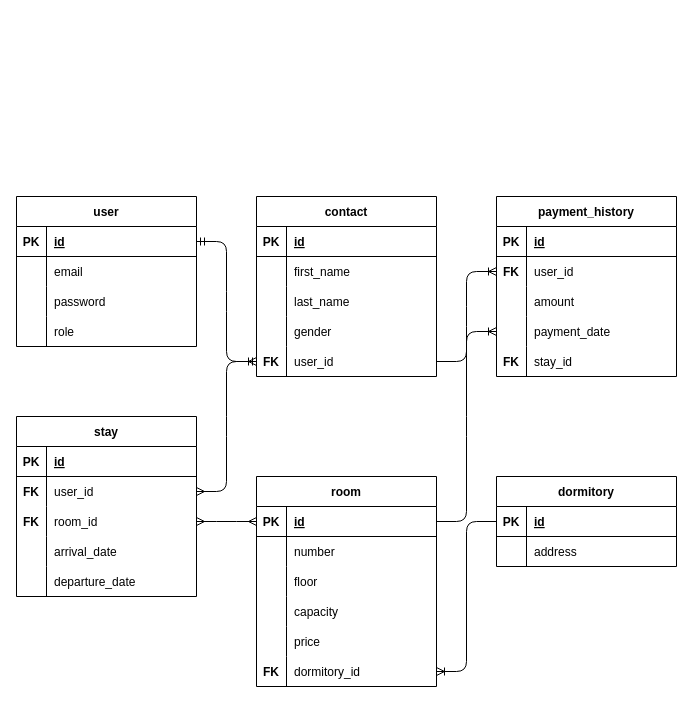
The draw.io diagram draw.io/newDb.drawio in deividasdul/BAVIS, before the edit. Source tidied: cells renumbered, new cells numbered last; positions are measured from the earlier drawing's top-left corner, leaving out a move shared by most shapes. Both pictures are drawn from the tidied source at 100%, with x=0, y=0 at pixel (16, 196).
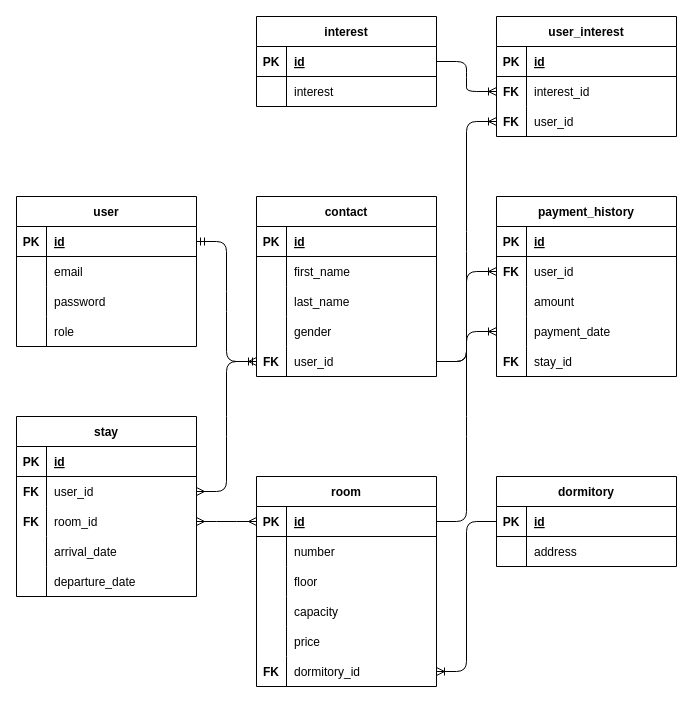
Above is the later version.

The change refers to these unchanged cells:
```xml
<mxCell id="55" style="shape=tableRow;horizontal=0;startSize=0;swimlaneHead=0;swimlaneBody=0;fillColor=none;points=[[0,0.5],[1,0.5]];portConstraint=eastwest;top=0;left=0;right=0;bottom=0;" parent="42" vertex="1">
  <mxGeometry y="150" width="180" height="30" as="geometry" />
</mxCell>
```

Diff of the diagram source:
```diff
@@
+    <mxCell id="95" value="interest" style="shape=table;startSize=30;childLayout=tableLayout;rowLines=0;fontStyle=1;align=center;" parent="1" vertex="1">
+      <mxGeometry x="240" y="-180" width="180" height="90" as="geometry" />
+    </mxCell>
+    <mxCell id="96" style="shape=tableRow;horizontal=0;startSize=0;swimlaneHead=0;swimlaneBody=0;fillColor=none;points=[[0,0.5],[1,0.5]];portConstraint=eastwest;top=0;left=0;right=0;bottom=1;" parent="95" vertex="1">
+      <mxGeometry y="30" width="180" height="30" as="geometry" />
+    </mxCell>
+    <mxCell id="97" value="PK" style="shape=partialRectangle;fillColor=none;top=0;left=0;bottom=0;right=0;fontStyle=1;overflow=hidden;" parent="96" vertex="1">
+      <mxGeometry width="30" height="30" as="geometry" />
+    </mxCell>
+    <mxCell id="98" value="id" style="shape=partialRectangle;fillColor=none;top=0;left=0;bottom=0;right=0;align=left;spacingLeft=6;fontStyle=5;overflow=hidden;" parent="96" vertex="1">
+      <mxGeometry x="30" width="150" height="30" as="geometry" />
+    </mxCell>
+    <mxCell id="99" style="shape=tableRow;horizontal=0;startSize=0;swimlaneHead=0;swimlaneBody=0;fillColor=none;top=0;left=0;right=0;bottom=0;" parent="95" vertex="1">
+      <mxGeometry y="60" width="180" height="30" as="geometry" />
+    </mxCell>
+    <mxCell id="100" style="shape=partialRectangle;fillColor=none;top=0;left=0;bottom=0;right=0;overflow=hidden;" parent="99" vertex="1">
+      <mxGeometry width="30" height="30" as="geometry" />
+    </mxCell>
+    <mxCell id="101" value="interest" style="shape=partialRectangle;fillColor=none;top=0;left=0;bottom=0;right=0;align=left;spacingLeft=6;overflow=hidden;" parent="99" vertex="1">
+      <mxGeometry x="30" width="150" height="30" as="geometry" />
+    </mxCell>
+    <mxCell id="102" value="user_interest" style="shape=table;startSize=30;childLayout=tableLayout;rowLines=0;fontStyle=1;align=center;" parent="1" vertex="1">
+      <mxGeometry x="480" y="-180" width="180" height="120" as="geometry" />
+    </mxCell>
+    <mxCell id="103" style="shape=tableRow;horizontal=0;startSize=0;swimlaneHead=0;swimlaneBody=0;fillColor=none;top=0;left=0;right=0;bottom=1;" parent="102" vertex="1">
+      <mxGeometry y="30" width="180" height="30" as="geometry" />
+    </mxCell>
+    <mxCell id="104" value="PK" style="shape=partialRectangle;fillColor=none;top=0;left=0;bottom=0;right=0;fontStyle=1;overflow=hidden;" parent="103" vertex="1">
+      <mxGeometry width="30" height="30" as="geometry" />
+    </mxCell>
+    <mxCell id="105" value="id" style="shape=partialRectangle;fillColor=none;top=0;left=0;bottom=0;right=0;align=left;spacingLeft=6;fontStyle=5;overflow=hidden;" parent="103" vertex="1">
+      <mxGeometry x="30" width="150" height="30" as="geometry" />
+    </mxCell>
+    <mxCell id="106" style="shape=tableRow;horizontal=0;startSize=0;swimlaneHead=0;swimlaneBody=0;fillColor=none;points=[[0,0.5],[1,0.5]];portConstraint=eastwest;top=0;left=0;right=0;bottom=0;" parent="102" vertex="1">
+      <mxGeometry y="60" width="180" height="30" as="geometry" />
+    </mxCell>
+    <mxCell id="107" value="FK" style="shape=partialRectangle;fillColor=none;top=0;left=0;bottom=0;right=0;overflow=hidden;fontStyle=1;" parent="106" vertex="1">
+      <mxGeometry width="30" height="30" as="geometry" />
+    </mxCell>
+    <mxCell id="108" value="interest_id" style="shape=partialRectangle;fillColor=none;top=0;left=0;bottom=0;right=0;align=left;spacingLeft=6;overflow=hidden;" parent="106" vertex="1">
+      <mxGeometry x="30" width="150" height="30" as="geometry" />
+    </mxCell>
+    <mxCell id="109" style="shape=tableRow;horizontal=0;startSize=0;swimlaneHead=0;swimlaneBody=0;fillColor=none;points=[[0,0.5],[1,0.5]];portConstraint=eastwest;top=0;left=0;right=0;bottom=0;" parent="102" vertex="1">
+      <mxGeometry y="90" width="180" height="30" as="geometry" />
+    </mxCell>
+    <mxCell id="110" value="FK" style="shape=partialRectangle;fillColor=none;top=0;left=0;bottom=0;right=0;overflow=hidden;fontStyle=1;" parent="109" vertex="1">
+      <mxGeometry width="30" height="30" as="geometry" />
+    </mxCell>
+    <mxCell id="111" value="user_id" style="shape=partialRectangle;fillColor=none;top=0;left=0;bottom=0;right=0;align=left;spacingLeft=6;overflow=hidden;" parent="109" vertex="1">
+      <mxGeometry x="30" width="150" height="30" as="geometry" />
+    </mxCell>
+    <mxCell id="112" style="edgeStyle=entityRelationEdgeStyle;fontSize=12;html=1;endArrow=ERoneToMany;" parent="1" edge="1" source="55" target="109">
+      <mxGeometry relative="1" as="geometry" />
+    </mxCell>
+    <mxCell id="113" style="edgeStyle=entityRelationEdgeStyle;fontSize=12;html=1;endArrow=ERoneToMany;" parent="1" edge="1" source="96" target="106">
+      <mxGeometry relative="1" as="geometry" />
+    </mxCell>
```
